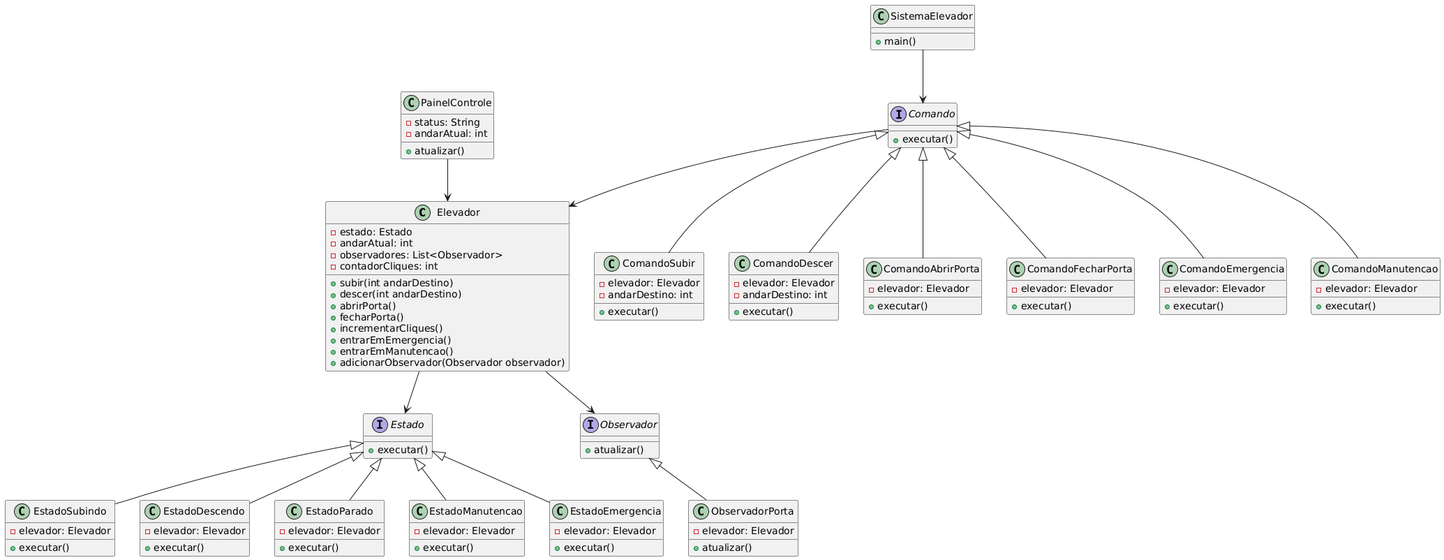
Before: DC03.png, a diagram exported from PlantUML (mukslima/Elevador).
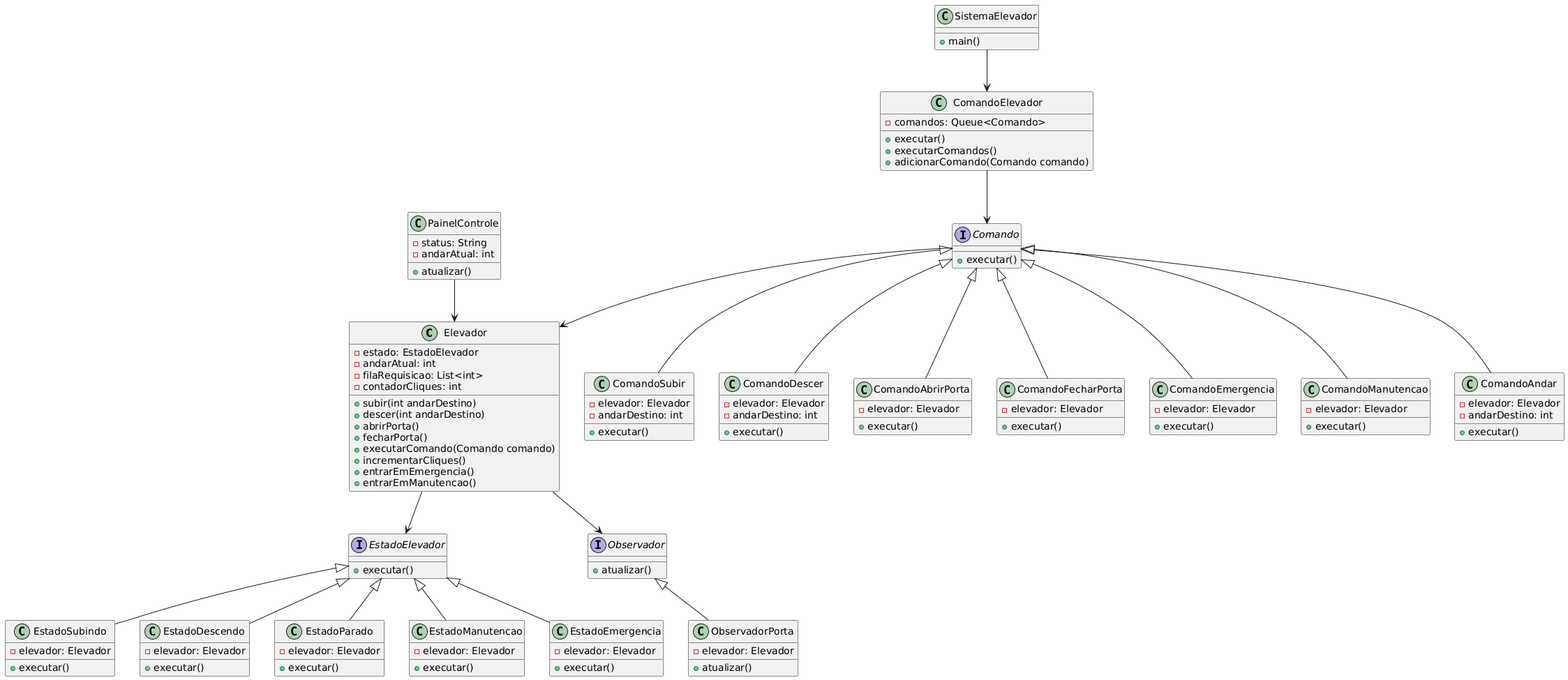
Later version of the same file.

Change to the diagram source:
```diff
@@ -1,17 +1,17 @@
 @startuml
 class Elevador {
-  - estado: Estado
+  - estado: EstadoElevador
   - andarAtual: int
-  - observadores: List<Observador>
+  - filaRequisicao: List<int>
   - contadorCliques: int
   + subir(int andarDestino)
   + descer(int andarDestino)
   + abrirPorta()
   + fecharPorta()
+  + executarComando(Comando comando)
   + incrementarCliques()
   + entrarEmEmergencia()
   + entrarEmManutencao()
-  + adicionarObservador(Observador observador)
 }
 
 class PainelControle {
@@ -20,7 +20,7 @@
   + atualizar()
 }
 
-interface Estado {
+interface EstadoElevador {
   + executar()
 }
 
@@ -85,8 +85,17 @@
   - elevador: Elevador
 }
 
-class SistemaElevador {
-  + main()
+class ComandoAndar {
+  + executar()
+  - elevador: Elevador
+  - andarDestino: int
+}
+
+class ComandoElevador {
+  + executar()
+  - comandos: Queue<Comando>
+  + executarComandos()
+  + adicionarComando(Comando comando)
 }
 
 interface Observador {
@@ -98,15 +107,16 @@
   - elevador: Elevador
 }
 
-Elevador --> Observador
-Observador <|-- ObservadorPorta
+class SistemaElevador {
+  + main()
+}
 
-Elevador --> Estado
-Estado <|-- EstadoSubindo
-Estado <|-- EstadoDescendo
-Estado <|-- EstadoParado
-Estado <|-- EstadoManutencao
-Estado <|-- EstadoEmergencia
+Elevador --> EstadoElevador
+EstadoElevador <|-- EstadoSubindo
+EstadoElevador <|-- EstadoDescendo
+EstadoElevador <|-- EstadoParado
+EstadoElevador <|-- EstadoManutencao
+EstadoElevador <|-- EstadoEmergencia
 
 PainelControle --> Elevador
 
@@ -116,7 +126,12 @@
 Comando <|-- ComandoFecharPorta
 Comando <|-- ComandoEmergencia
 Comando <|-- ComandoManutencao
+Comando <|-- ComandoAndar
 Comando --> Elevador
 
-SistemaElevador --> Comando
+Observador <|-- ObservadorPorta
+Elevador --> Observador
+
+SistemaElevador --> ComandoElevador
+ComandoElevador --> Comando
 @enduml
```
